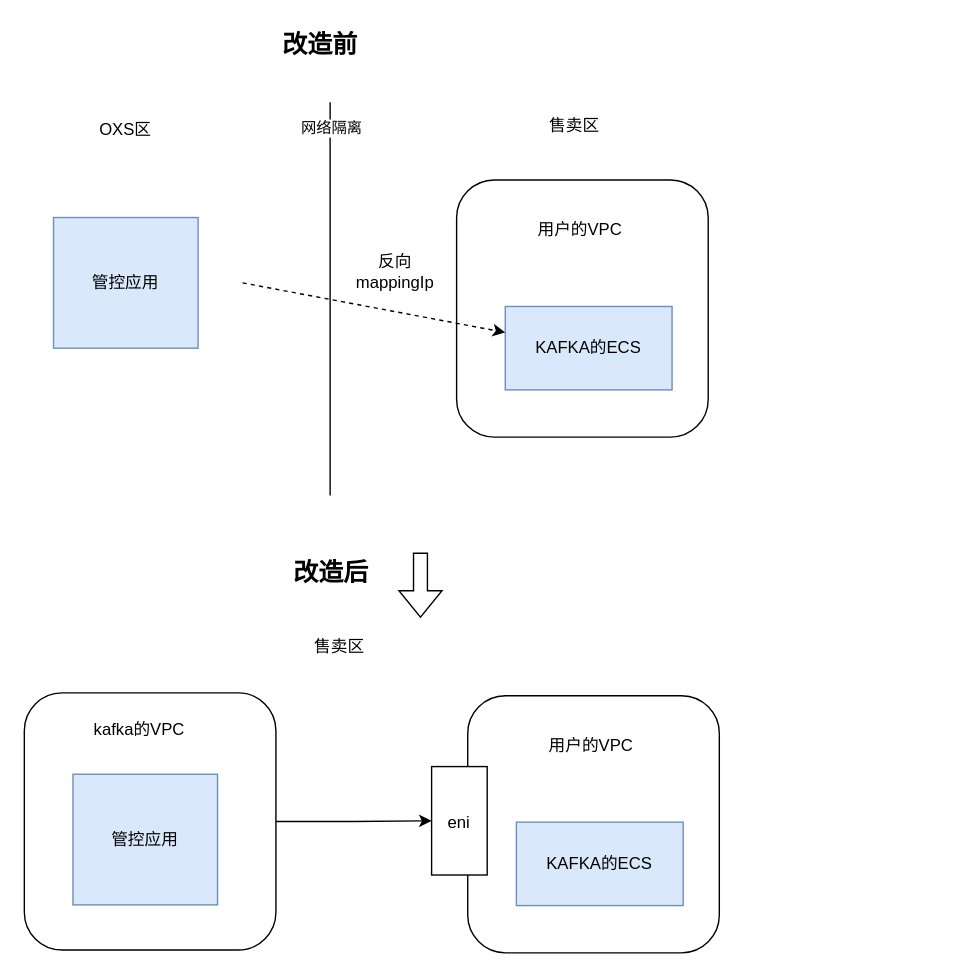
jameslcj/myBlog keeps this draw.io diagram as page "第 6 页" (6 of 7) of controller.drawio. Above is the earlier version. Source tidied: cells renumbered, new cells numbered last; positions are measured from the earlier drawing's top-left corner, leaving out a move shared by most shapes. Both pictures are drawn from the tidied source at 139%, with x=0, y=0 at pixel (24, 24).
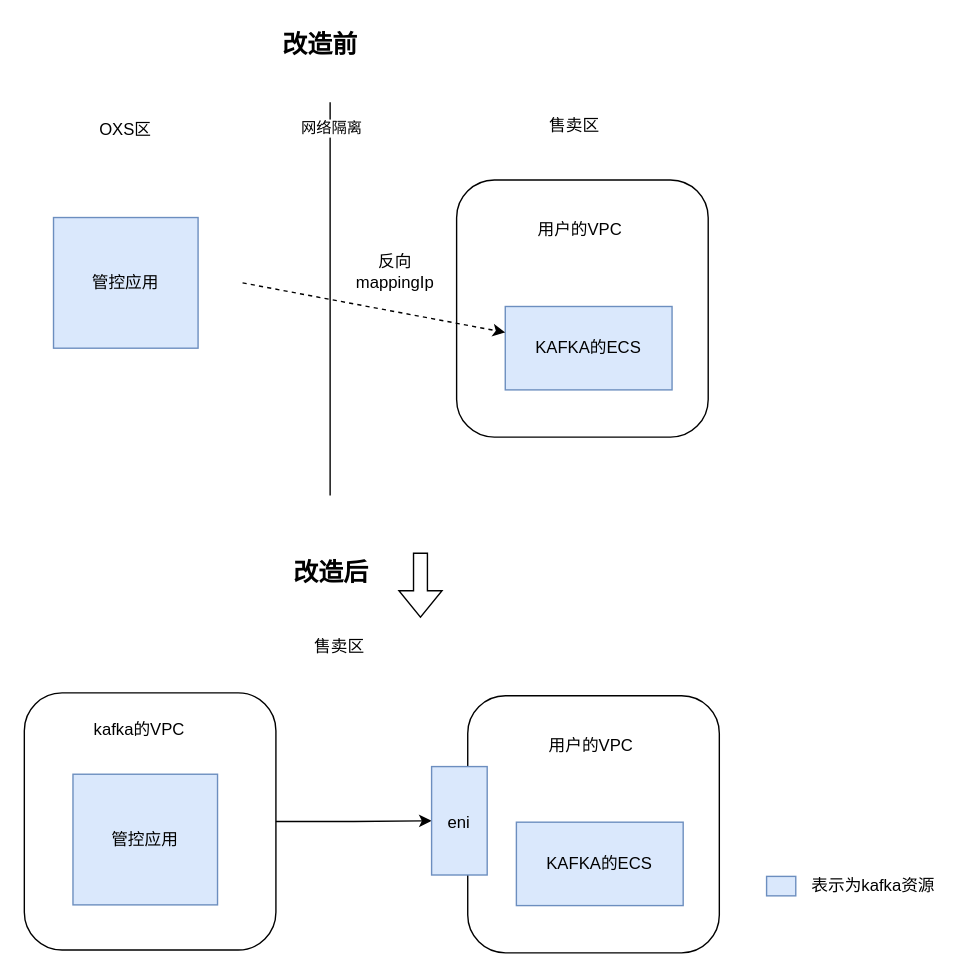
After the change.

The edit, as a diff of the source:
```diff
@@
-    <mxCell id="22" value="&lt;span style=&quot;font-size: 12px;&quot;&gt;eni&lt;/span&gt;" style="rounded=0;whiteSpace=wrap;html=1;fontSize=18;" parent="1" vertex="1">
+    <mxCell id="22" value="&lt;span style=&quot;font-size: 12px;&quot;&gt;eni&lt;/span&gt;" style="rounded=0;whiteSpace=wrap;html=1;fontSize=18;fillColor=#dae8fc;strokeColor=#6c8ebf;" parent="1" vertex="1">
       <mxGeometry x="293" y="534" width="40" height="78" as="geometry" />
     </mxCell>
@@
+    <mxCell id="24" style="rounded=0;whiteSpace=wrap;html=1;fontSize=12;fillColor=#dae8fc;strokeColor=#6c8ebf;" parent="1" vertex="1">
+      <mxGeometry x="534" y="613" width="21" height="14" as="geometry" />
+    </mxCell>
+    <mxCell id="25" value="表示为kafka资源" style="text;html=1;strokeColor=none;fillColor=none;align=center;verticalAlign=middle;whiteSpace=wrap;rounded=0;fontSize=12;" parent="1" vertex="1">
+      <mxGeometry x="565" y="607" width="92" height="26" as="geometry" />
+    </mxCell>
```
